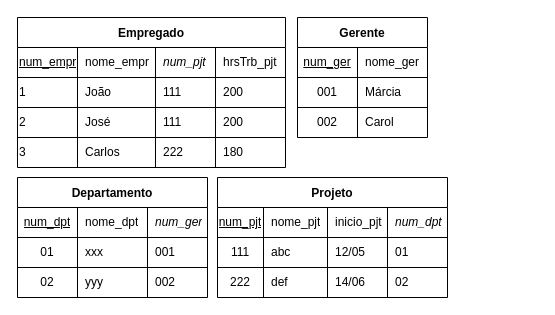
Before: Lista8_06-06/Lista 8.drawio in andreeeeeeeee/Engenharia_Software, a draw.io diagram. Source tidied: cells renumbered, new cells numbered last; positions are measured from the earlier drawing's top-left corner, leaving out a move shared by most shapes. Both pictures are drawn from the tidied source at 100%, with x=0, y=0 at pixel (17, 17).
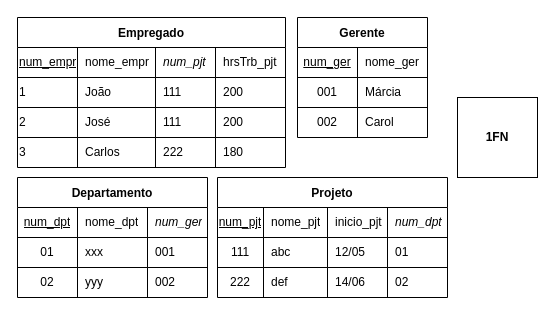
The same diagram, later.

Diff of the diagram source:
```diff
@@
+    <mxCell id="62" value="1FN" style="whiteSpace=wrap;html=1;rounded=0;sketch=0;fillColor=default;gradientColor=none;fontStyle=1;" parent="1" vertex="1">
+      <mxGeometry x="440" y="80" width="80" height="80" as="geometry" />
+    </mxCell>
```
